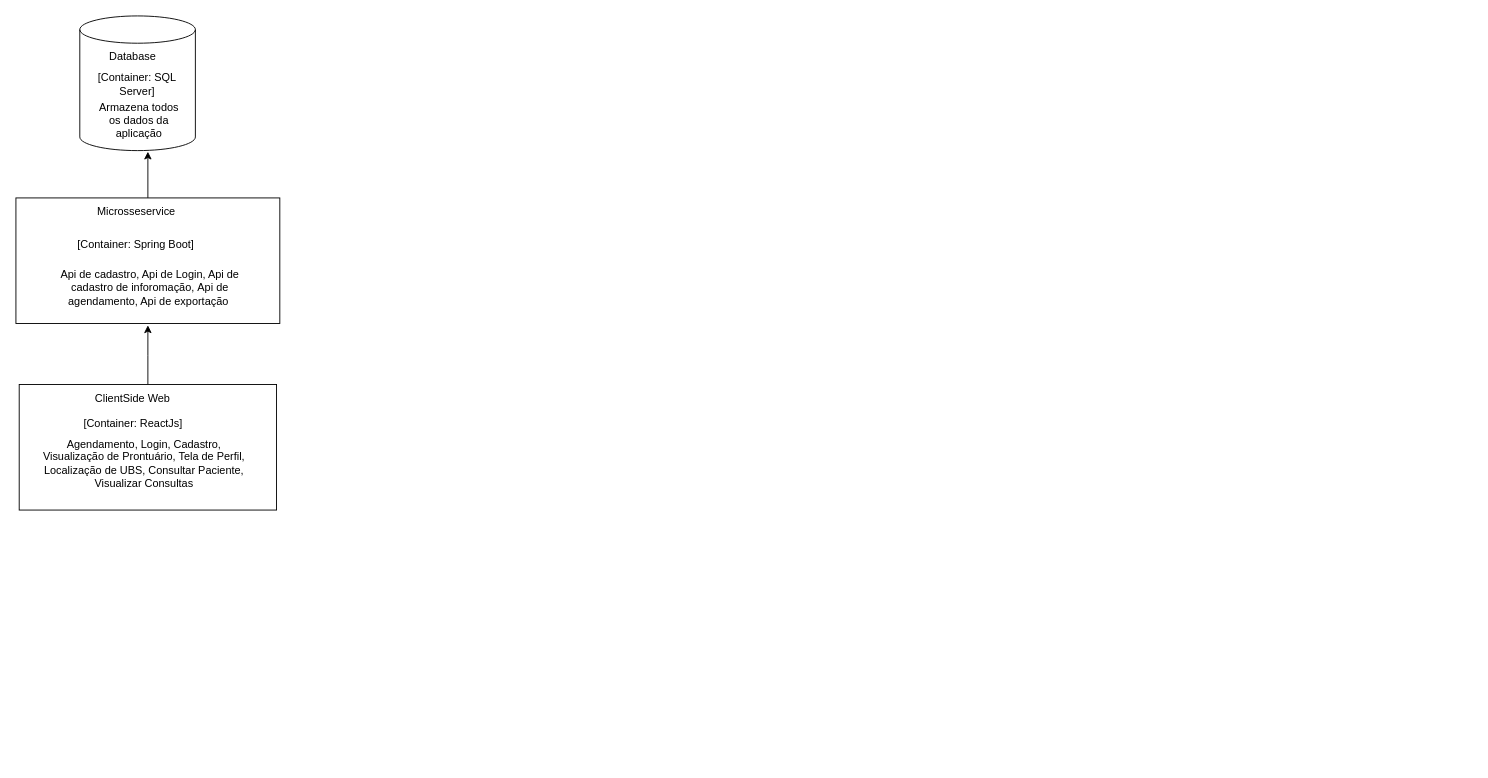
Before: documentacao/Diagrama-Container/Diagrama-Container-Grupo.drawio in loisfg/mais-consulta-ws, a draw.io diagram. Source tidied: cells renumbered, new cells numbered last; positions are measured from the earlier drawing's top-left corner, leaving out a move shared by most shapes. Both pictures are drawn from the tidied source at 91%, with x=0, y=0 at pixel (15, 15).
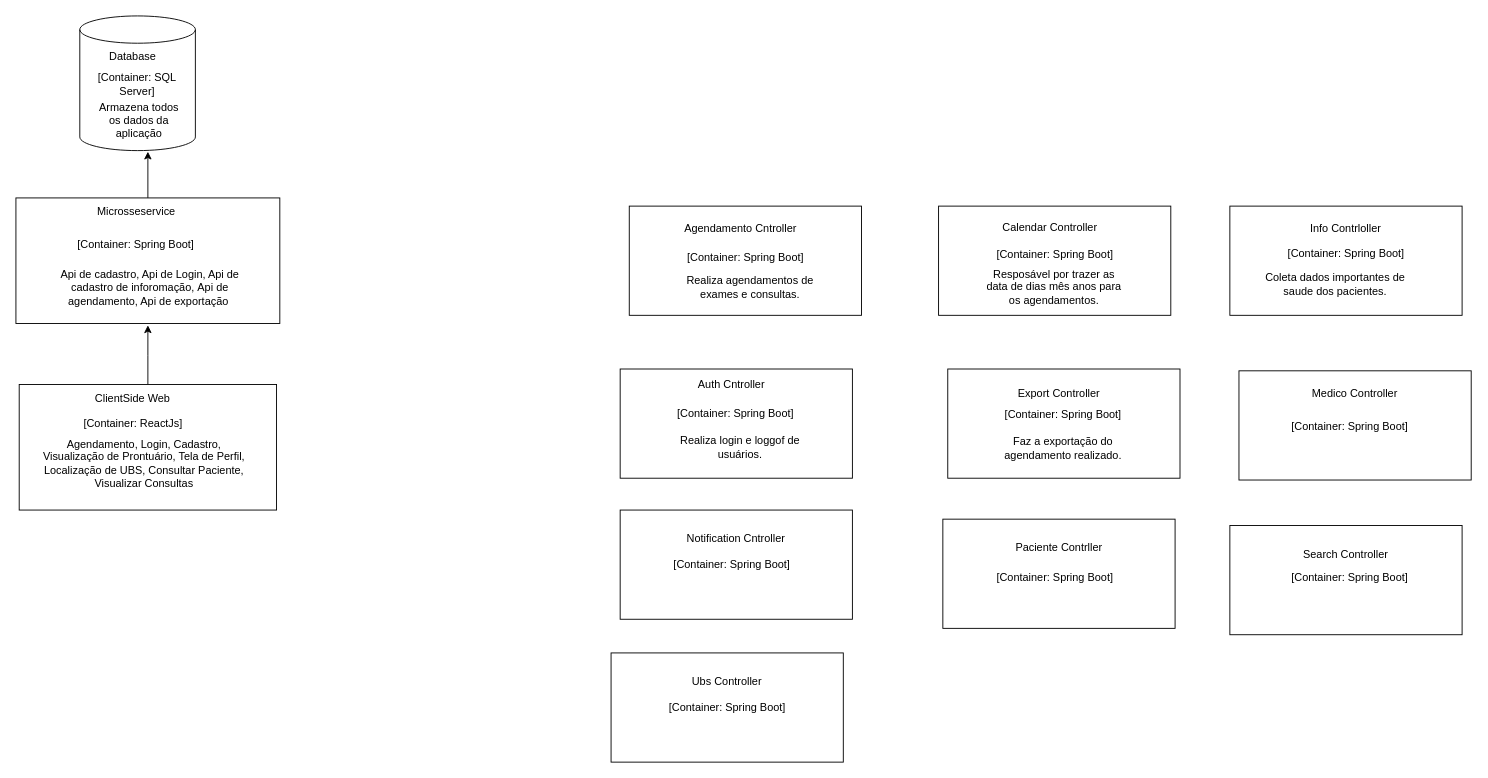
Above is the later version.

Commit message:
digrama de software

Diff of the diagram source:
```diff
@@
+    <mxCell id="16" style="rounded=0;whiteSpace=wrap;html=1;" parent="1" vertex="1">
+      <mxGeometry x="674" y="209" width="255.2" height="120" as="geometry" />
+    </mxCell>
+    <mxCell id="17" value="Agendamento Cntroller" style="text;html=1;strokeColor=none;fillColor=none;align=center;verticalAlign=middle;whiteSpace=wrap;rounded=0;" parent="1" vertex="1">
+      <mxGeometry x="704" y="219" width="184.5" height="30" as="geometry" />
+    </mxCell>
+    <mxCell id="18" style="rounded=0;whiteSpace=wrap;html=1;" parent="1" vertex="1">
+      <mxGeometry x="664" y="388" width="255.2" height="120" as="geometry" />
+    </mxCell>
+    <mxCell id="19" value="Auth Cntroller" style="text;html=1;strokeColor=none;fillColor=none;align=center;verticalAlign=middle;whiteSpace=wrap;rounded=0;" parent="1" vertex="1">
+      <mxGeometry x="694.1" y="390" width="184.5" height="30" as="geometry" />
+    </mxCell>
+    <mxCell id="20" style="rounded=0;whiteSpace=wrap;html=1;" parent="1" vertex="1">
+      <mxGeometry x="1013.9" y="209" width="255.2" height="120" as="geometry" />
+    </mxCell>
+    <mxCell id="21" value="Calendar Controller" style="text;html=1;strokeColor=none;fillColor=none;align=center;verticalAlign=middle;whiteSpace=wrap;rounded=0;" parent="1" vertex="1">
+      <mxGeometry x="1043.9" y="218" width="184.5" height="30" as="geometry" />
+    </mxCell>
+    <mxCell id="22" style="rounded=0;whiteSpace=wrap;html=1;" parent="1" vertex="1">
+      <mxGeometry x="1024" y="388" width="255.2" height="120" as="geometry" />
+    </mxCell>
+    <mxCell id="23" value="Export Controller" style="text;html=1;strokeColor=none;fillColor=none;align=center;verticalAlign=middle;whiteSpace=wrap;rounded=0;" parent="1" vertex="1">
+      <mxGeometry x="1054" y="400" width="184.5" height="30" as="geometry" />
+    </mxCell>
+    <mxCell id="24" style="rounded=0;whiteSpace=wrap;html=1;" parent="1" vertex="1">
+      <mxGeometry x="1334" y="209" width="255.2" height="120" as="geometry" />
+    </mxCell>
+    <mxCell id="25" value="Info Contrloller" style="text;html=1;strokeColor=none;fillColor=none;align=center;verticalAlign=middle;whiteSpace=wrap;rounded=0;" parent="1" vertex="1">
+      <mxGeometry x="1369.4" y="219" width="184.5" height="30" as="geometry" />
+    </mxCell>
+    <mxCell id="26" style="rounded=0;whiteSpace=wrap;html=1;" parent="1" vertex="1">
+      <mxGeometry x="1344" y="390" width="255.2" height="120" as="geometry" />
+    </mxCell>
+    <mxCell id="27" value="Medico Controller" style="text;html=1;strokeColor=none;fillColor=none;align=center;verticalAlign=middle;whiteSpace=wrap;rounded=0;" parent="1" vertex="1">
+      <mxGeometry x="1379.4" y="400" width="184.5" height="30" as="geometry" />
+    </mxCell>
+    <mxCell id="28" style="rounded=0;whiteSpace=wrap;html=1;" parent="1" vertex="1">
+      <mxGeometry x="664" y="543" width="255.2" height="120" as="geometry" />
+    </mxCell>
+    <mxCell id="29" value="Notification Cntroller" style="text;html=1;strokeColor=none;fillColor=none;align=center;verticalAlign=middle;whiteSpace=wrap;rounded=0;" parent="1" vertex="1">
+      <mxGeometry x="699.4" y="560" width="184.5" height="30" as="geometry" />
+    </mxCell>
+    <mxCell id="30" style="rounded=0;whiteSpace=wrap;html=1;" parent="1" vertex="1">
+      <mxGeometry x="1018.6" y="553" width="255.2" height="120" as="geometry" />
+    </mxCell>
+    <mxCell id="31" value="Paciente Contrller" style="text;html=1;strokeColor=none;fillColor=none;align=center;verticalAlign=middle;whiteSpace=wrap;rounded=0;" parent="1" vertex="1">
+      <mxGeometry x="1054" y="570" width="184.5" height="30" as="geometry" />
+    </mxCell>
+    <mxCell id="32" style="rounded=0;whiteSpace=wrap;html=1;" parent="1" vertex="1">
+      <mxGeometry x="1334" y="560" width="255.2" height="120" as="geometry" />
+    </mxCell>
+    <mxCell id="33" value="Search Controller" style="text;html=1;strokeColor=none;fillColor=none;align=center;verticalAlign=middle;whiteSpace=wrap;rounded=0;" parent="1" vertex="1">
+      <mxGeometry x="1369.4" y="577" width="184.5" height="30" as="geometry" />
+    </mxCell>
+    <mxCell id="34" style="rounded=0;whiteSpace=wrap;html=1;" parent="1" vertex="1">
+      <mxGeometry x="654" y="700" width="255.2" height="120" as="geometry" />
+    </mxCell>
+    <mxCell id="35" value="Ubs Controller" style="text;html=1;strokeColor=none;fillColor=none;align=center;verticalAlign=middle;whiteSpace=wrap;rounded=0;" parent="1" vertex="1">
+      <mxGeometry x="689.4" y="717" width="184.5" height="30" as="geometry" />
+    </mxCell>
+    <mxCell id="36" value="[Container: Spring Boot]" style="text;html=1;strokeColor=none;fillColor=none;align=center;verticalAlign=middle;whiteSpace=wrap;rounded=0;" parent="1" vertex="1">
+      <mxGeometry x="704.6" y="249" width="194" height="34" as="geometry" />
+    </mxCell>
+    <mxCell id="37" value="[Container: Spring Boot]" style="text;html=1;strokeColor=none;fillColor=none;align=center;verticalAlign=middle;whiteSpace=wrap;rounded=0;" parent="1" vertex="1">
+      <mxGeometry x="1044.5" y="246" width="194" height="34" as="geometry" />
+    </mxCell>
+    <mxCell id="38" value="[Container: Spring Boot]" style="text;html=1;strokeColor=none;fillColor=none;align=center;verticalAlign=middle;whiteSpace=wrap;rounded=0;" parent="1" vertex="1">
+      <mxGeometry x="694.1" y="420" width="194" height="34" as="geometry" />
+    </mxCell>
+    <mxCell id="39" value="[Container: Spring Boot]" style="text;html=1;strokeColor=none;fillColor=none;align=center;verticalAlign=middle;whiteSpace=wrap;rounded=0;" parent="1" vertex="1">
+      <mxGeometry x="689.9" y="586" width="194" height="34" as="geometry" />
+    </mxCell>
+    <mxCell id="40" value="[Container: Spring Boot]" style="text;html=1;strokeColor=none;fillColor=none;align=center;verticalAlign=middle;whiteSpace=wrap;rounded=0;" parent="1" vertex="1">
+      <mxGeometry x="1054" y="421" width="194" height="34" as="geometry" />
+    </mxCell>
+    <mxCell id="41" value="[Container: Spring Boot]" style="text;html=1;strokeColor=none;fillColor=none;align=center;verticalAlign=middle;whiteSpace=wrap;rounded=0;" parent="1" vertex="1">
+      <mxGeometry x="1369.4" y="435" width="194" height="34" as="geometry" />
+    </mxCell>
+    <mxCell id="42" value="[Container: Spring Boot]" style="text;html=1;strokeColor=none;fillColor=none;align=center;verticalAlign=middle;whiteSpace=wrap;rounded=0;" parent="1" vertex="1">
+      <mxGeometry x="1364.6" y="244" width="194" height="34" as="geometry" />
+    </mxCell>
+    <mxCell id="43" value="[Container: Spring Boot]" style="text;html=1;strokeColor=none;fillColor=none;align=center;verticalAlign=middle;whiteSpace=wrap;rounded=0;" parent="1" vertex="1">
+      <mxGeometry x="1044.5" y="600" width="194" height="34" as="geometry" />
+    </mxCell>
+    <mxCell id="44" value="[Container: Spring Boot]" style="text;html=1;strokeColor=none;fillColor=none;align=center;verticalAlign=middle;whiteSpace=wrap;rounded=0;" parent="1" vertex="1">
+      <mxGeometry x="1369.4" y="600" width="194" height="34" as="geometry" />
+    </mxCell>
+    <mxCell id="45" value="[Container: Spring Boot]" style="text;html=1;strokeColor=none;fillColor=none;align=center;verticalAlign=middle;whiteSpace=wrap;rounded=0;" parent="1" vertex="1">
+      <mxGeometry x="684.6" y="743" width="194" height="34" as="geometry" />
+    </mxCell>
+    <mxCell id="46" value="Realiza agendamentos de exames e consultas." style="text;html=1;strokeColor=none;fillColor=none;align=center;verticalAlign=middle;whiteSpace=wrap;rounded=0;" parent="1" vertex="1">
+      <mxGeometry x="726.1" y="283" width="162.4" height="30" as="geometry" />
+    </mxCell>
+    <mxCell id="47" value="Realiza login e loggof de usuários." style="text;html=1;strokeColor=none;fillColor=none;align=center;verticalAlign=middle;whiteSpace=wrap;rounded=0;" parent="1" vertex="1">
+      <mxGeometry x="715.1" y="459" width="162.4" height="30" as="geometry" />
+    </mxCell>
+    <mxCell id="48" value="Resposável por trazer as data de dias mês anos para os agendamentos." style="text;html=1;strokeColor=none;fillColor=none;align=center;verticalAlign=middle;whiteSpace=wrap;rounded=0;" parent="1" vertex="1">
+      <mxGeometry x="1060.3" y="283" width="162.4" height="30" as="geometry" />
+    </mxCell>
+    <mxCell id="49" value="Faz a exportação do agendamento realizado." style="text;html=1;strokeColor=none;fillColor=none;align=center;verticalAlign=middle;whiteSpace=wrap;rounded=0;" parent="1" vertex="1">
+      <mxGeometry x="1069.8" y="460" width="162.4" height="30" as="geometry" />
+    </mxCell>
+    <mxCell id="50" value="Coleta dados importantes de saude dos pacientes." style="text;html=1;strokeColor=none;fillColor=none;align=center;verticalAlign=middle;whiteSpace=wrap;rounded=0;" parent="1" vertex="1">
+      <mxGeometry x="1369.4" y="280" width="162.4" height="30" as="geometry" />
+    </mxCell>
```
